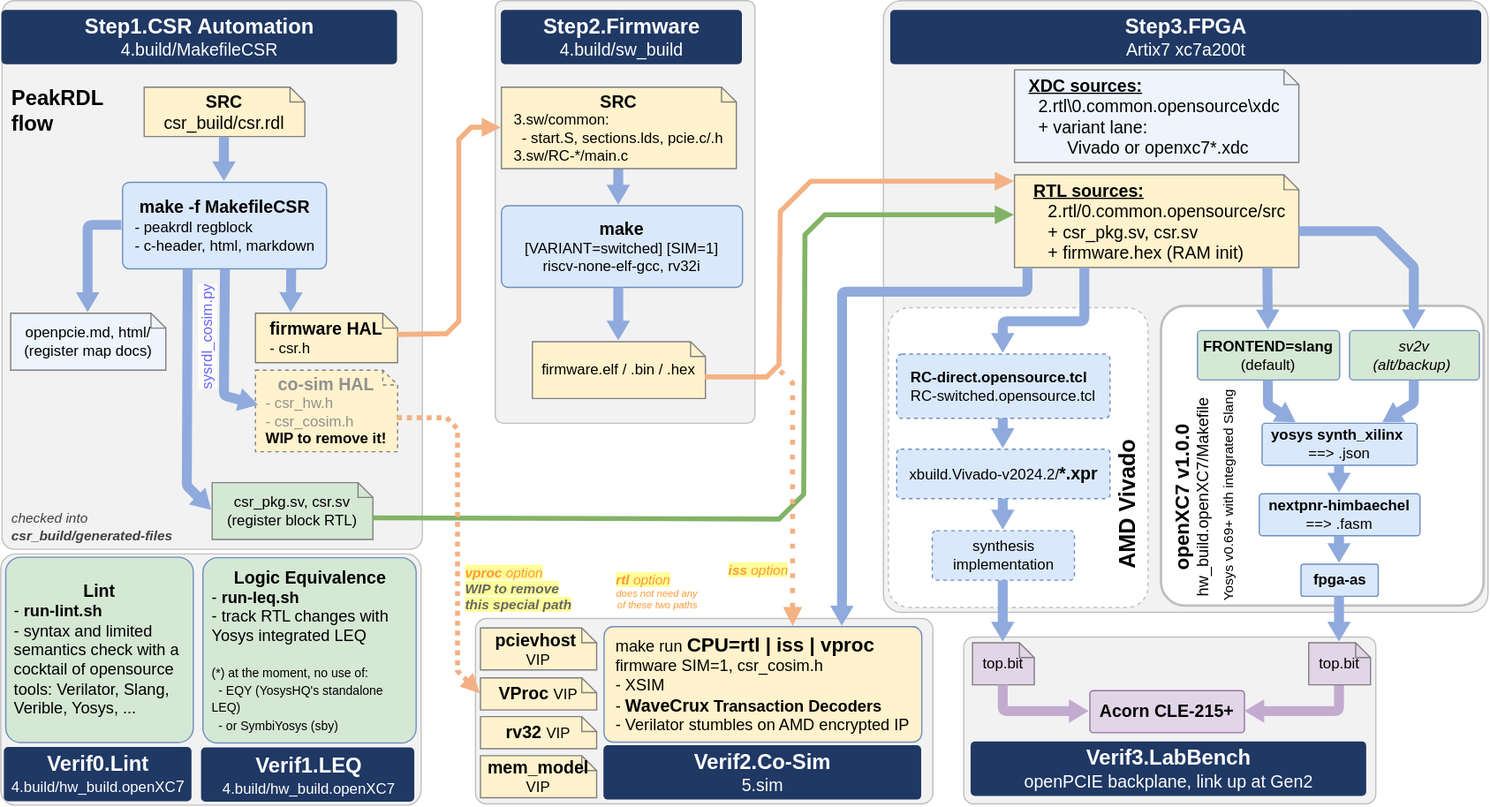
Before: 0.doc/4.build/build-flow.drawio.svg, a diagram exported from draw.io (chili-chips-ba/openPCIE). Source tidied: cells renumbered, new cells last; positions are measured from the earlier drawing's top-left corner, leaving out a move shared by most shapes.
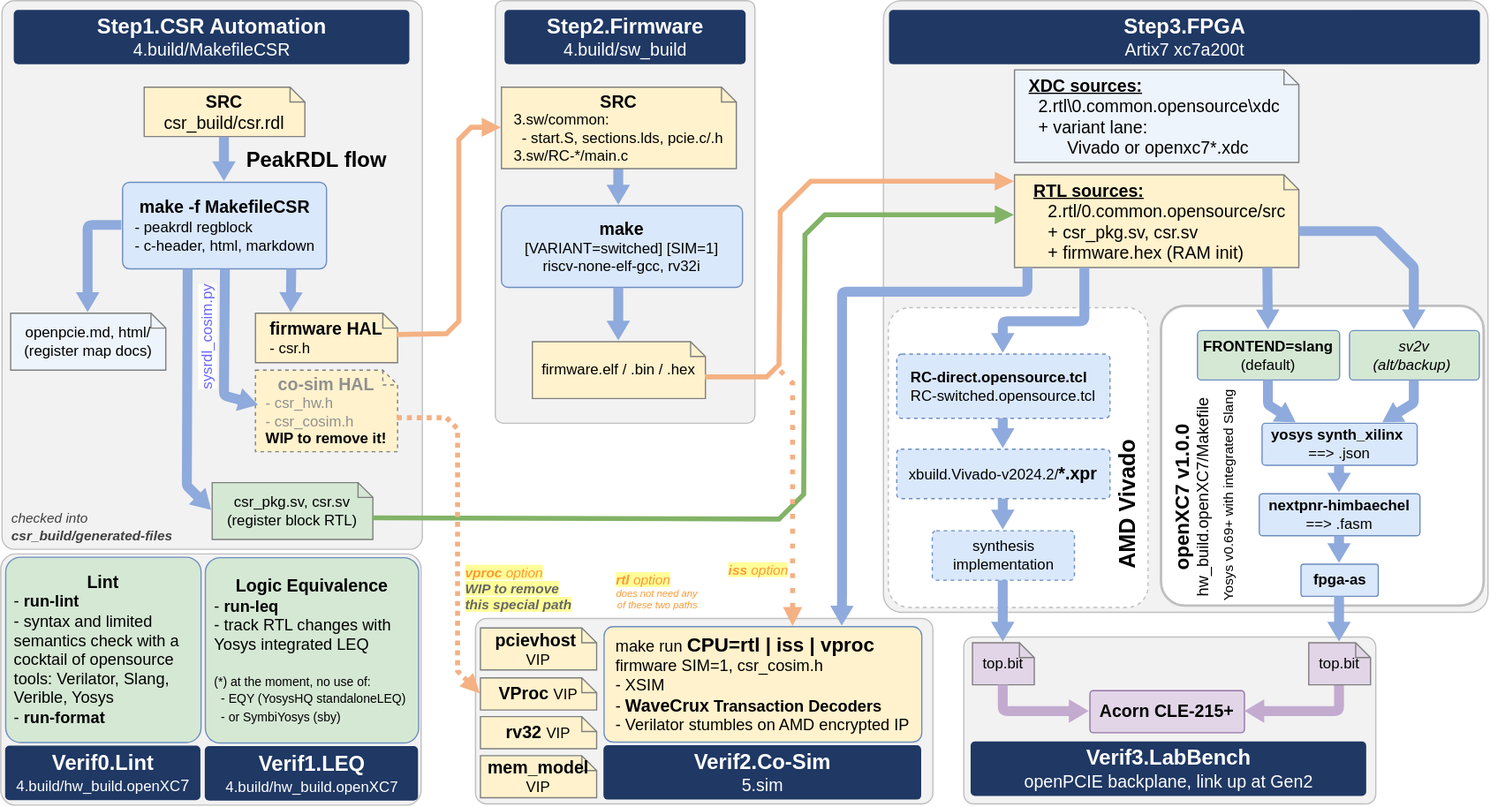
Above is the later version.

Commit message:
added reference to run-format step

Change to the diagram source:
```diff
@@ -12,7 +12,7 @@
       <mxGeometry x="1" width="340" height="444" as="geometry" />
     </mxCell>
     <mxCell id="5" value="&lt;b style=&quot;font-size:17px&quot;&gt;Step1.CSR Automation&lt;/b&gt;&lt;br&gt;&lt;font style=&quot;font-size: 14px;&quot;&gt;4.build/MakefileCSR&lt;/font&gt;" style="rounded=1;whiteSpace=wrap;html=1;arcSize=8;fillColor=#1f3864;strokeColor=none;fontColor=#ffffff;fontSize=13;fontStyle=0;align=center;verticalAlign=middle;spacingLeft=6;spacingRight=6;" parent="1" vertex="1">
-      <mxGeometry x="1" y="8" width="320" height="44" as="geometry" />
+      <mxGeometry x="11" y="8" width="320" height="44" as="geometry" />
     </mxCell>
     <mxCell id="6" value="&lt;div&gt;&lt;font style=&quot;font-size: 14px;&quot;&gt;&lt;b&gt;SRC&lt;/b&gt;&lt;/font&gt;&lt;/div&gt;&lt;font style=&quot;font-size: 14px;&quot;&gt;csr_build/csr.rdl&lt;/font&gt;" style="rounded=0;whiteSpace=wrap;html=1;arcSize=8;fillColor=#fff2cc;strokeColor=#7f7f7f;fontColor=#000000;fontSize=12;fontStyle=0;align=center;verticalAlign=middle;spacingLeft=6;spacingRight=6;shape=note;size=12;" parent="1" vertex="1">
       <mxGeometry x="116" y="70" width="130" height="40" as="geometry" />
@@ -46,7 +46,7 @@
       <mxGeometry x="400" width="210" height="342" as="geometry" />
     </mxCell>
     <mxCell id="15" value="&lt;b style=&quot;font-size:17px&quot;&gt;Step2.Firmware&lt;/b&gt;&lt;br&gt;&lt;font style=&quot;font-size: 14px;&quot;&gt;4.build/sw_build&lt;/font&gt;" style="rounded=1;whiteSpace=wrap;html=1;arcSize=8;fillColor=#1f3864;strokeColor=none;fontColor=#ffffff;fontSize=13;fontStyle=0;align=center;verticalAlign=middle;spacingLeft=6;spacingRight=6;" parent="1" vertex="1">
-      <mxGeometry x="405" y="8" width="195" height="44" as="geometry" />
+      <mxGeometry x="408" y="8" width="195" height="44" as="geometry" />
     </mxCell>
     <mxCell id="16" value="&lt;b&gt;&lt;font style=&quot;font-size: 14px;&quot;&gt;make&lt;/font&gt;&lt;/b&gt;&lt;div&gt;[VARIANT=switched] [SIM=1]&lt;br&gt;riscv-none-elf-gcc, rv32i&lt;/div&gt;" style="rounded=1;whiteSpace=wrap;html=1;arcSize=8;fillColor=#dae8fc;strokeColor=#6c8ebf;fontColor=#000000;fontSize=12;fontStyle=0;align=center;verticalAlign=middle;spacingLeft=6;spacingRight=6;" parent="1" vertex="1">
       <mxGeometry x="405" y="166" width="195" height="66" as="geometry" />
@@ -78,7 +78,7 @@
       <mxGeometry x="714" width="489" height="495" as="geometry" />
     </mxCell>
     <mxCell id="22" value="&lt;b style=&quot;font-size:17px&quot;&gt;Step3.FPGA&lt;/b&gt;&lt;br&gt;&lt;font style=&quot;font-size: 14px;&quot;&gt;Artix7 xc7a200t&lt;/font&gt;" style="rounded=1;whiteSpace=wrap;html=1;arcSize=8;fillColor=#1f3864;strokeColor=none;fontColor=#ffffff;fontSize=13;fontStyle=0;align=center;verticalAlign=middle;spacingLeft=6;spacingRight=6;" parent="1" vertex="1">
-      <mxGeometry x="720" y="8" width="478" height="44" as="geometry" />
+      <mxGeometry x="719" y="8" width="478" height="44" as="geometry" />
     </mxCell>
     <mxCell id="23" value="&lt;div style=&quot;&quot;&gt;&lt;b style=&quot;background-color: transparent; color: light-dark(rgb(0, 0, 0), rgb(237, 237, 237));&quot;&gt;&lt;font style=&quot;font-size: 14px;&quot;&gt;&amp;nbsp; &lt;u&gt;RTL sources:&lt;/u&gt;&lt;/font&gt;&lt;/b&gt;&lt;/div&gt;&lt;div style=&quot;&quot;&gt;&lt;span style=&quot;background-color: transparent; color: light-dark(rgb(0, 0, 0), rgb(237, 237, 237));&quot;&gt;&lt;font style=&quot;font-size: 14px;&quot;&gt;&lt;b&gt;&amp;nbsp;&lt;/b&gt; &amp;nbsp; &amp;nbsp;2.rtl/0.common.opensource/src&lt;/font&gt;&lt;/span&gt;&lt;/div&gt;&lt;font style=&quot;font-size: 14px;&quot;&gt;&amp;nbsp; &amp;nbsp; &amp;nbsp;+ csr_pkg.sv, csr.sv&lt;br&gt;&amp;nbsp; &amp;nbsp; &amp;nbsp;+ firmware.hex (RAM init)&lt;/font&gt;" style="rounded=0;whiteSpace=wrap;html=1;arcSize=8;fillColor=#fff2cc;strokeColor=#7f7f7f;fontColor=#000000;fontSize=12;fontStyle=0;align=left;verticalAlign=middle;spacingLeft=6;spacingRight=6;shape=note;size=12;points=[[0,0,0,109,0],[0,0,0,218,0],[0,0,0,224,6],[0,0,0,230,12],[0,0,0,230,46],[0,0.075,0,0,0],[0,0.4375,0,0,0],[0.047826,1,0,0,0],[0.247826,1,0,0,0],[0.5,0,0,0,0],[0.891304,1,0,0,0]];" parent="1" vertex="1">
       <mxGeometry x="820" y="141" width="230" height="75" as="geometry" />
@@ -188,8 +188,8 @@
     <mxCell id="49" value="&lt;div style=&quot;text-align: left;&quot;&gt;&lt;span style=&quot;background-color: transparent; color: light-dark(rgb(0, 0, 0), rgb(237, 237, 237));&quot;&gt;&lt;font style=&quot;&quot;&gt;&lt;span style=&quot;font-size: 13px;&quot;&gt;make run &lt;/span&gt;&lt;b style=&quot;&quot;&gt;&lt;font style=&quot;font-size: 16px;&quot;&gt;CPU=rtl | iss | vproc&lt;/font&gt;&lt;/b&gt;&lt;/font&gt;&lt;/span&gt;&lt;/div&gt;&lt;div style=&quot;text-align: left;&quot;&gt;&lt;span style=&quot;background-color: transparent; color: light-dark(rgb(0, 0, 0), rgb(237, 237, 237));&quot;&gt;&lt;font style=&quot;font-size: 13px;&quot;&gt;firmware SIM=1, csr_cosim.h&lt;/font&gt;&lt;/span&gt;&lt;/div&gt;&lt;div style=&quot;text-align: left;&quot;&gt;&lt;span style=&quot;font-size: 13px; background-color: transparent; color: light-dark(rgb(0, 0, 0), rgb(237, 237, 237));&quot;&gt;- XSIM&lt;/span&gt;&lt;/div&gt;&lt;div style=&quot;text-align: left;&quot;&gt;&lt;span style=&quot;background-color: transparent; color: light-dark(rgb(0, 0, 0), rgb(237, 237, 237));&quot;&gt;&lt;font style=&quot;&quot;&gt;&lt;span style=&quot;font-size: 13px;&quot;&gt;-&amp;nbsp;&lt;/span&gt;&lt;b style=&quot;&quot;&gt;&lt;font style=&quot;font-size: 14px;&quot;&gt;WaveCrux&lt;/font&gt;&lt;span style=&quot;font-size: 13px;&quot;&gt; Transaction Decoders&lt;/span&gt;&lt;/b&gt;&lt;/font&gt;&lt;/span&gt;&lt;/div&gt;&lt;div style=&quot;text-align: left;&quot;&gt;&lt;span style=&quot;font-size: 13px;&quot;&gt;- Verilator stumbles on AMD encrypted IP&lt;/span&gt;&lt;/div&gt;" style="rounded=1;whiteSpace=wrap;html=1;arcSize=8;fillColor=#fff2cc;strokeColor=#6c8ebf;fontColor=#000000;fontSize=12;fontStyle=0;align=center;verticalAlign=middle;spacingLeft=6;spacingRight=6;points=[[0,0,1,0,0],[0,0.25,1,0,0],[0,0.5,1,0,0],[0,0.75,1,0,0],[0,1,1,0,0],[0.217899,0,0,0,0],[0.25,1,1,0,0],[0.5,1,1,0,0],[0.595331,0,0,0,0],[0.75,0,1,0,0],[0.75,1,1,0,0],[1,0,1,0,0],[1,0.25,1,0,0],[1,0.5,1,0,0],[1,0.75,1,0,0],[1,1,1,0,0]];" parent="1" vertex="1">
       <mxGeometry x="488" y="506.6" width="257" height="93.4" as="geometry" />
     </mxCell>
-    <mxCell id="50" value="&lt;b&gt;&lt;font style=&quot;font-size: 14px;&quot;&gt;Logic Equivalence&lt;/font&gt;&lt;/b&gt;&lt;br&gt;&lt;div style=&quot;text-align: left;&quot;&gt;&lt;span style=&quot;font-size: 13px; background-color: transparent; color: light-dark(rgb(0, 0, 0), rgb(237, 237, 237));&quot;&gt;- &lt;b&gt;run-leq.sh&lt;/b&gt;&lt;/span&gt;&lt;/div&gt;&lt;font style=&quot;font-size: 13px;&quot;&gt;&lt;div style=&quot;text-align: left;&quot;&gt;&lt;span style=&quot;background-color: transparent; color: light-dark(rgb(0, 0, 0), rgb(237, 237, 237));&quot;&gt;- track RTL changes with Yosys integrated LEQ&lt;/span&gt;&lt;/div&gt;&lt;/font&gt;&lt;div style=&quot;text-align: left;&quot;&gt;&lt;br&gt;&lt;/div&gt;&lt;div style=&quot;text-align: left;&quot;&gt;&lt;font style=&quot;font-size: 10px;&quot;&gt;(*) at the moment, no use of:&lt;/font&gt;&lt;/div&gt;&lt;div style=&quot;text-align: left;&quot;&gt;&lt;font style=&quot;font-size: 10px;&quot;&gt;&amp;nbsp; - EQY (YosysHQ's standalone LEQ)&lt;/font&gt;&lt;/div&gt;&lt;div style=&quot;text-align: left;&quot;&gt;&lt;font style=&quot;font-size: 10px;&quot;&gt;&amp;nbsp; - or SymbiYosys (sby)&lt;/font&gt;&lt;/div&gt;" style="rounded=1;whiteSpace=wrap;html=1;arcSize=8;fillColor=#d5e8d4;strokeColor=#6c8ebf;fontColor=#000000;fontSize=12;fontStyle=0;align=center;verticalAlign=middle;spacingLeft=6;spacingRight=6;" parent="1" vertex="1">
-      <mxGeometry x="163.5" y="450.8" width="172.5" height="150" as="geometry" />
+    <mxCell id="50" value="&lt;b&gt;&lt;font style=&quot;font-size: 14px;&quot;&gt;Logic Equivalence&lt;/font&gt;&lt;/b&gt;&lt;br&gt;&lt;div style=&quot;text-align: left;&quot;&gt;&lt;span style=&quot;font-size: 13px; background-color: transparent; color: light-dark(rgb(0, 0, 0), rgb(237, 237, 237));&quot;&gt;- &lt;b&gt;run-leq&lt;/b&gt;&lt;/span&gt;&lt;/div&gt;&lt;font style=&quot;font-size: 13px;&quot;&gt;&lt;div style=&quot;text-align: left;&quot;&gt;&lt;span style=&quot;background-color: transparent; color: light-dark(rgb(0, 0, 0), rgb(237, 237, 237));&quot;&gt;- track RTL changes with Yosys integrated LEQ&lt;/span&gt;&lt;/div&gt;&lt;/font&gt;&lt;div style=&quot;text-align: left;&quot;&gt;&lt;br&gt;&lt;/div&gt;&lt;div style=&quot;text-align: left;&quot;&gt;&lt;font style=&quot;font-size: 10px;&quot;&gt;(*) at the moment, no use of:&lt;/font&gt;&lt;/div&gt;&lt;div style=&quot;text-align: left;&quot;&gt;&lt;font style=&quot;font-size: 10px;&quot;&gt;&amp;nbsp; - EQY (YosysHQ standaloneLEQ)&lt;/font&gt;&lt;/div&gt;&lt;div style=&quot;text-align: left;&quot;&gt;&lt;font style=&quot;font-size: 10px;&quot;&gt;&amp;nbsp; - or SymbiYosys (sby)&lt;/font&gt;&lt;/div&gt;" style="rounded=1;whiteSpace=wrap;html=1;arcSize=8;fillColor=#d5e8d4;strokeColor=#6c8ebf;fontColor=#000000;fontSize=12;fontStyle=0;align=center;verticalAlign=middle;spacingLeft=6;spacingRight=6;" parent="1" vertex="1">
+      <mxGeometry x="165.5" y="450.8" width="172.5" height="150" as="geometry" />
     </mxCell>
     <mxCell id="51" style="html=1;endArrow=block;endSize=5;strokeColor=#f4b183;strokeWidth=4;rounded=0;dashed=1;dashPattern=1 2;entryX=0.595331;entryY=0;entryDx=0;entryDy=0;entryPerimeter=0;" parent="1" edge="1" target="49">
       <mxGeometry x="-0.42" relative="1" as="geometry">
@@ -273,7 +273,7 @@
       <mxGeometry x="488" y="603" width="257" height="44" as="geometry" />
     </mxCell>
     <mxCell id="68" value="&lt;b style=&quot;font-size: 17px; color: rgb(255, 255, 255);&quot;&gt;Verif1.LEQ&lt;/b&gt;&lt;div&gt;&lt;span style=&quot;color: rgb(255, 255, 255);&quot;&gt;&lt;font style=&quot;font-size: 12px;&quot;&gt;&lt;font style=&quot;&quot;&gt;4.build/&lt;/font&gt;&lt;span style=&quot;text-align: left; background-color: transparent;&quot;&gt;hw_build.openXC7&lt;/span&gt;&lt;/font&gt;&lt;/span&gt;&lt;/div&gt;" style="rounded=1;whiteSpace=wrap;html=1;arcSize=8;fillColor=#1f3864;strokeColor=none;fontColor=#ffffff;fontSize=13;fontStyle=0;align=center;verticalAlign=middle;spacingLeft=6;spacingRight=6;" parent="1" vertex="1">
-      <mxGeometry x="162.5" y="604.8" width="172.5" height="44" as="geometry" />
+      <mxGeometry x="165.5" y="603.8" width="172.5" height="44" as="geometry" />
     </mxCell>
     <mxCell id="69" value="&lt;b&gt;&lt;font style=&quot;font-size: 14px;&quot;&gt;VProc&amp;nbsp;&lt;/font&gt;&lt;/b&gt;VIP" style="rounded=0;whiteSpace=wrap;html=1;arcSize=8;fillColor=#fff2cc;strokeColor=#7f7f7f;fontColor=#000000;fontSize=12;fontStyle=0;align=center;verticalAlign=middle;spacingLeft=6;spacingRight=6;shape=note;size=12;" parent="1" vertex="1">
       <mxGeometry x="388" y="548" width="94" height="26" as="geometry" />
@@ -284,8 +284,8 @@
     <mxCell id="71" value="&lt;b&gt;&lt;font style=&quot;font-size: 14px;&quot;&gt;rv32&amp;nbsp;&lt;/font&gt;&lt;/b&gt;&lt;span style=&quot;background-color: transparent; color: light-dark(rgb(0, 0, 0), rgb(237, 237, 237));&quot;&gt;VIP&lt;/span&gt;" style="rounded=0;whiteSpace=wrap;html=1;arcSize=8;fillColor=#fff2cc;strokeColor=#7f7f7f;fontColor=#000000;fontSize=12;fontStyle=0;align=center;verticalAlign=middle;spacingLeft=6;spacingRight=6;shape=note;size=12;" parent="1" vertex="1">
       <mxGeometry x="388" y="579.4" width="94" height="26" as="geometry" />
     </mxCell>
-    <mxCell id="72" value="&lt;b style=&quot;font-style: normal; text-align: center; font-size: 17px; color: rgb(0, 0, 0);&quot;&gt;PeakRDL&lt;/b&gt;&lt;div&gt;&lt;b style=&quot;font-style: normal; text-align: center; font-size: 17px; color: rgb(0, 0, 0);&quot;&gt;flow&lt;/b&gt;&lt;/div&gt;" style="rounded=0;whiteSpace=wrap;html=1;arcSize=8;fillColor=none;strokeColor=none;fontColor=#404040;fontSize=11;fontStyle=2;align=left;verticalAlign=middle;spacingLeft=6;spacingRight=6;" parent="1" vertex="1">
-      <mxGeometry x="1" y="73" width="90" height="34" as="geometry" />
+    <mxCell id="72" value="&lt;b style=&quot;font-style: normal; text-align: center; font-size: 17px; color: rgb(0, 0, 0);&quot;&gt;PeakRDL&amp;nbsp;&lt;/b&gt;&lt;b style=&quot;background-color: transparent; font-style: normal; text-align: center; font-size: 17px; color: rgb(0, 0, 0);&quot;&gt;flow&lt;/b&gt;" style="rounded=0;whiteSpace=wrap;html=1;arcSize=8;fillColor=none;strokeColor=none;fontColor=#404040;fontSize=11;fontStyle=2;align=left;verticalAlign=middle;spacingLeft=6;spacingRight=6;" parent="1" vertex="1">
+      <mxGeometry x="191" y="113" width="130" height="34" as="geometry" />
     </mxCell>
     <mxCell id="73" value="&lt;b style=&quot;font-size:17px&quot;&gt;Verif3.LabBench&lt;/b&gt;&lt;div&gt;&lt;span style=&quot;color: rgb(255, 255, 255);&quot;&gt;&lt;span style=&quot;font-size: 14px;&quot;&gt;openPCIE backplane,&amp;nbsp;&lt;/span&gt;&lt;font style=&quot;font-size: 14px;&quot;&gt;link up at Gen2&lt;/font&gt;&lt;/span&gt;&lt;/div&gt;" style="rounded=1;whiteSpace=wrap;html=1;arcSize=8;fillColor=#1f3864;strokeColor=none;fontColor=#ffffff;fontSize=13;fontStyle=0;align=center;verticalAlign=middle;spacingLeft=6;spacingRight=6;" parent="1" vertex="1">
       <mxGeometry x="785" y="600" width="320" height="44" as="geometry" />
@@ -312,11 +312,11 @@
     <mxCell id="78" style="shape=flexArrow;html=1;endArrow=block;endSize=5;startArrow=none;startSize=5;width=8;endWidth=10;startWidth=10;fillColor=#8faadc;strokeColor=none;fontColor=#ffffff;fontSize=13;fontStyle=1;exitX=0.830303;exitY=1;exitDx=0;exitDy=0;exitPerimeter=0;entryX=0.252174;entryY=0;entryDx=0;entryDy=0;entryPerimeter=0;" parent="1" edge="1" source="7" target="10">
       <mxGeometry relative="1" as="geometry" />
     </mxCell>
-    <mxCell id="79" value="&lt;b&gt;&lt;font style=&quot;font-size: 14px;&quot;&gt;Lint&lt;/font&gt;&lt;/b&gt;&lt;div&gt;&lt;div style=&quot;text-align: left;&quot;&gt;&lt;span style=&quot;font-size: 13px; background-color: transparent; color: light-dark(rgb(0, 0, 0), rgb(237, 237, 237));&quot;&gt;- &lt;/span&gt;&lt;b style=&quot;font-size: 13px; background-color: transparent; color: light-dark(rgb(0, 0, 0), rgb(237, 237, 237));&quot;&gt;run-lint.sh&lt;/b&gt;&lt;/div&gt;&lt;font style=&quot;font-size: 13px;&quot;&gt;&lt;div style=&quot;text-align: left;&quot;&gt;&lt;span style=&quot;background-color: transparent; color: light-dark(rgb(0, 0, 0), rgb(237, 237, 237));&quot;&gt;- syntax and limited semantics check with a cocktail of opensource tools: Verilator, Slang, Verible, Yosys, ...&lt;/span&gt;&lt;/div&gt;&lt;/font&gt;&lt;/div&gt;" style="rounded=1;whiteSpace=wrap;html=1;arcSize=8;fillColor=#d5e8d4;strokeColor=#6c8ebf;fontColor=#000000;fontSize=12;fontStyle=0;align=center;verticalAlign=middle;spacingLeft=6;spacingRight=6;" parent="1" vertex="1">
-      <mxGeometry x="4" y="450.4" width="151.8" height="150" as="geometry" />
+    <mxCell id="79" value="&lt;b&gt;&lt;font style=&quot;font-size: 14px;&quot;&gt;Lint&lt;/font&gt;&lt;/b&gt;&lt;div&gt;&lt;div style=&quot;text-align: left;&quot;&gt;&lt;span style=&quot;font-size: 13px; background-color: transparent; color: light-dark(rgb(0, 0, 0), rgb(237, 237, 237));&quot;&gt;- &lt;/span&gt;&lt;b style=&quot;font-size: 13px; background-color: transparent; color: light-dark(rgb(0, 0, 0), rgb(237, 237, 237));&quot;&gt;run-lint&lt;/b&gt;&lt;/div&gt;&lt;font style=&quot;font-size: 13px;&quot;&gt;&lt;div style=&quot;text-align: left;&quot;&gt;&lt;span style=&quot;background-color: transparent; color: light-dark(rgb(0, 0, 0), rgb(237, 237, 237));&quot;&gt;- syntax and limited semantics check with a cocktail of opensource tools: Verilator, Slang, Verible, Yosys&lt;/span&gt;&lt;/div&gt;&lt;div style=&quot;text-align: left;&quot;&gt;&lt;span style=&quot;background-color: transparent; color: light-dark(rgb(0, 0, 0), rgb(237, 237, 237));&quot;&gt;-&amp;nbsp;&lt;/span&gt;&lt;b style=&quot;background-color: transparent; color: light-dark(rgb(0, 0, 0), rgb(237, 237, 237));&quot;&gt;run-format&lt;/b&gt;&lt;/div&gt;&lt;/font&gt;&lt;/div&gt;" style="rounded=1;whiteSpace=wrap;html=1;arcSize=8;fillColor=#d5e8d4;strokeColor=#6c8ebf;fontColor=#000000;fontSize=12;fontStyle=0;align=center;verticalAlign=middle;spacingLeft=6;spacingRight=6;" parent="1" vertex="1">
+      <mxGeometry x="4" y="450.4" width="158" height="150" as="geometry" />
     </mxCell>
     <mxCell id="80" value="&lt;b style=&quot;font-size: 17px; color: rgb(255, 255, 255);&quot;&gt;Verif0.Lint&lt;/b&gt;&lt;div&gt;&lt;span style=&quot;color: rgb(255, 255, 255);&quot;&gt;&lt;font style=&quot;font-size: 12px;&quot;&gt;4.build/&lt;/font&gt;&lt;span style=&quot;text-align: left; background-color: transparent;&quot;&gt;&lt;font style=&quot;font-size: 12px;&quot;&gt;hw_build.openXC&lt;/font&gt;7&lt;/span&gt;&lt;/span&gt;&lt;/div&gt;" style="rounded=1;whiteSpace=wrap;html=1;arcSize=8;fillColor=#1f3864;strokeColor=none;fontColor=#ffffff;fontSize=13;fontStyle=0;align=center;verticalAlign=middle;spacingLeft=6;spacingRight=6;" parent="1" vertex="1">
-      <mxGeometry x="3" y="604.4" width="151.8" height="44" as="geometry" />
+      <mxGeometry x="4" y="603.4" width="158" height="44" as="geometry" />
     </mxCell>
     <mxCell id="81" style="html=1;endArrow=block;endSize=5;strokeColor=#f4b183;strokeWidth=4;rounded=0;entryX=0;entryY=0.5;entryDx=0;entryDy=0;entryPerimeter=0;exitX=0;exitY=0;exitDx=115;exitDy=39;exitPerimeter=0;dashed=1;dashPattern=1 1;" parent="1" edge="1" source="55" target="69">
       <mxGeometry x="-0.36" relative="1" as="geometry">
```
